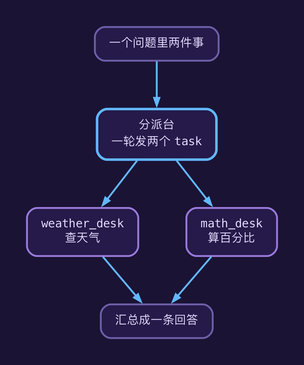
This is docs/assets/router-fanout.png from sailor723/langconfig, a Graphviz export, as it was before one commit. Its source is kept beside it as docs/assets/router-fanout.dot. Its diagram source:
```dot
digraph router {
  rankdir=TB;
  bgcolor="#1A1334";
  pad=0.45;
  nodesep=0.8;
  ranksep=0.8;
  fontname="Menlo";

  node [shape=box, style="rounded,filled", penwidth=2.2, fontname="Menlo", fontsize=14,
        margin="0.24,0.14", fillcolor="#251A49", color="#9B7BDB", fontcolor="#E5DBFF"];
  edge [fontname="Menlo", fontsize=12, color="#62B7FF", fontcolor="#C7AEFF",
        penwidth=2.2, arrowsize=0.9];

  user [label="一个问题里两件事", color="#6E5FA8"];
  desk [label="分派台\n一轮发两个 task", color="#62B7FF", penwidth=3.0];
  a [label="weather_desk\n查天气"];
  b [label="math_desk\n算百分比"];
  sum [label="汇总成一条回答", color="#6E5FA8"];

  user -> desk [color="#62B7FF"];
  desk -> a;
  desk -> b;
  a -> sum;
  b -> sum;
  {rank=same; a; b;}
}
```
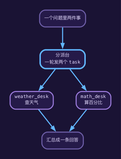
Later version of the same file.

Diff of the diagram source:
```diff
@@ -1,14 +1,14 @@
 digraph router {
   rankdir=TB;
   bgcolor="#1A1334";
-  pad=0.45;
-  nodesep=0.8;
-  ranksep=0.8;
+  pad=0.30;
+  nodesep=0.68;
+  ranksep=0.68;
   fontname="Menlo";
 
-  node [shape=box, style="rounded,filled", penwidth=2.2, fontname="Menlo", fontsize=14,
-        margin="0.24,0.14", fillcolor="#251A49", color="#9B7BDB", fontcolor="#E5DBFF"];
-  edge [fontname="Menlo", fontsize=12, color="#62B7FF", fontcolor="#C7AEFF",
+  node [shape=box, style="rounded,filled", penwidth=2.2, fontname="Menlo", fontsize=10,
+        margin="0.14,0.07", fillcolor="#251A49", color="#9B7BDB", fontcolor="#E5DBFF"];
+  edge [fontname="Menlo", fontsize=9, color="#62B7FF", fontcolor="#C7AEFF",
         penwidth=2.2, arrowsize=0.9];
 
   user [label="一个问题里两件事", color="#6E5FA8"];
```
